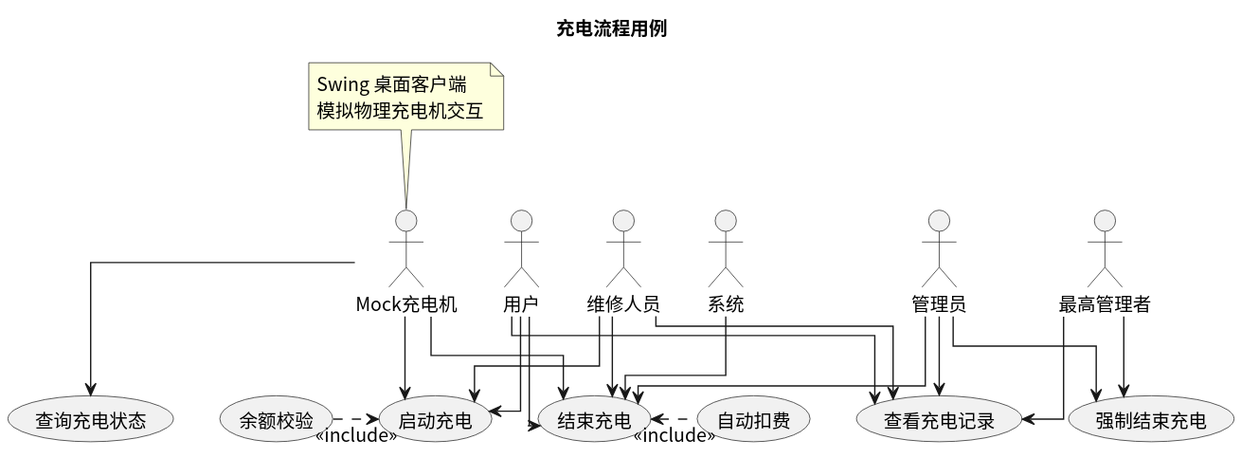
Earlier version of the PlantUML export usecase/docs/backend/img/charging_flow.svg (greenhandzdl/charging-station-doc). The source it was exported from:
```plantuml
@startuml
skinparam defaultFontName "Noto Sans CJK SC"
skinparam defaultFontSize 14
title 充电流程用例
skinparam linetype ortho

actor "用户" as U
actor "维修人员" as M
actor "管理员" as A
actor "最高管理者" as SA
actor "Mock充电机" as MC
actor "系统" as S

(启动充电)
(余额校验)
(结束充电)
(自动扣费)
(强制结束充电)
(查看充电记录)
(查询充电状态)

U --> 启动充电
U --> 结束充电
U --> 查看充电记录
M --> 启动充电
M --> 结束充电
M --> 查看充电记录
A --> 查看充电记录
A --> 强制结束充电
A --> 结束充电
SA --> 强制结束充电
SA --> 查看充电记录
MC --> 启动充电
MC --> 结束充电
MC --> 查询充电状态
note top of MC : Swing 桌面客户端\n模拟物理充电机交互
S --> 结束充电

启动充电 <.left. 余额校验 : <<include>>
结束充电 <.right. 自动扣费 : <<include>>
@enduml
```
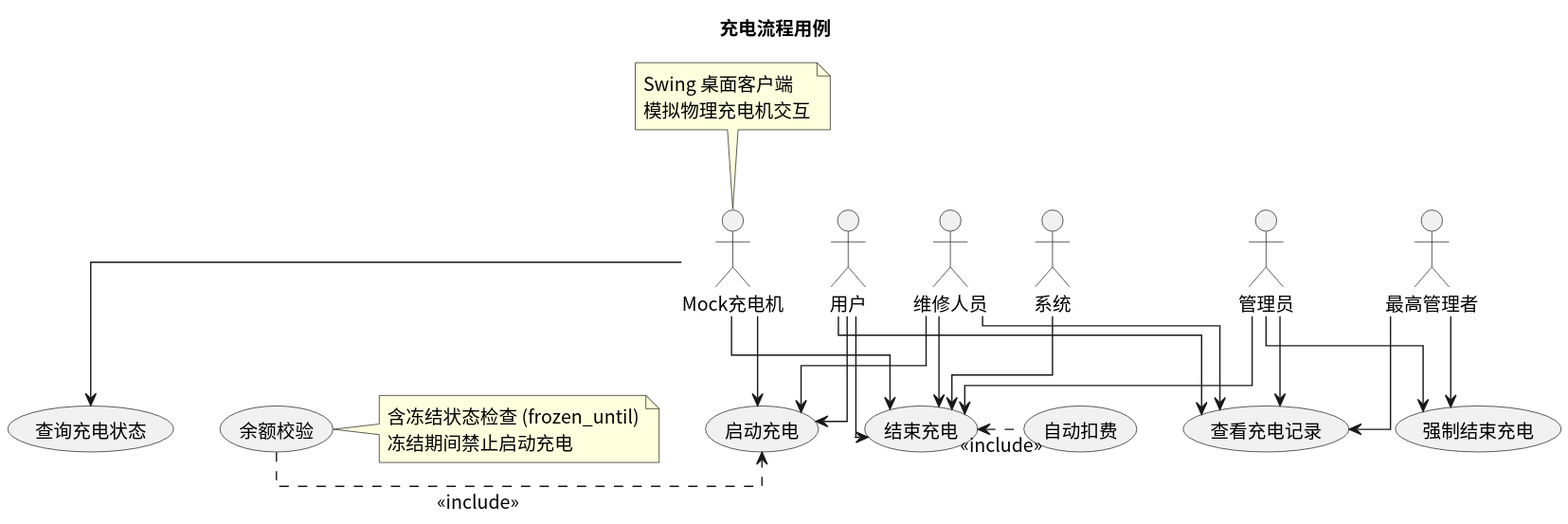
The same diagram one commit later.

Diff of the diagram source:
```diff
@@ -13,6 +13,7 @@
 
 (启动充电)
 (余额校验)
+note right of (余额校验) : 含冻结状态检查 (frozen_until)\n冻结期间禁止启动充电
 (结束充电)
 (自动扣费)
 (强制结束充电)
```
